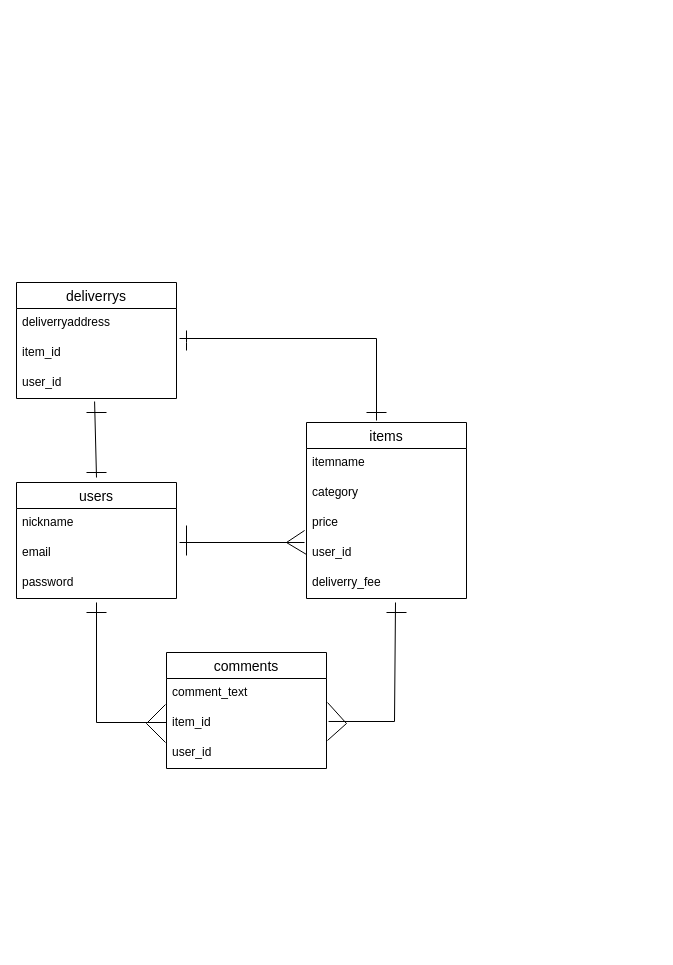
Earlier version of the draw.io diagram Furima.dio (stitch05/furima-31530). Source tidied: cells renumbered, new cells numbered last; positions are measured from the earlier drawing's top-left corner, leaving out a move shared by most shapes. Both pictures are drawn from the tidied source at 100%, with x=0, y=0 at pixel (16, 282).
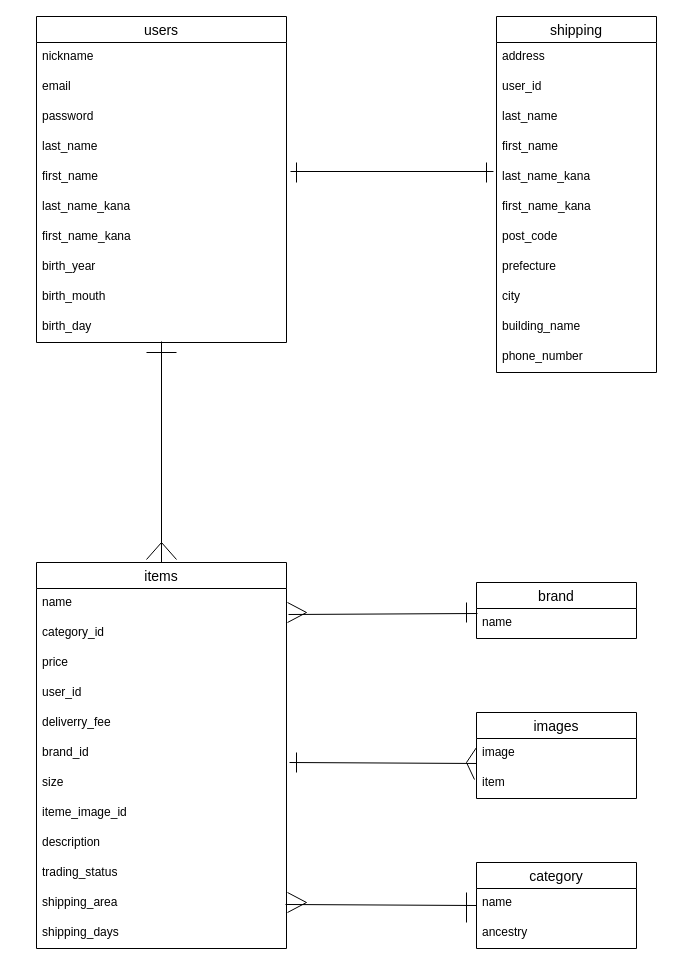
The same page after the edit.

The edit, as a diff of the source:
```diff
@@
     <mxCell id="2" value="users" style="swimlane;fontStyle=0;horizontal=1;startSize=26;align=center;fontSize=14;" parent="1" vertex="1">
-      <mxGeometry y="200" width="160" height="116" as="geometry" />
+      <mxGeometry x="20" y="-266" width="250" height="326" as="geometry" />
     </mxCell>
     <mxCell id="3" value="nickname" style="text;strokeColor=none;fillColor=none;spacingLeft=4;spacingRight=4;overflow=hidden;fontSize=12;" parent="2" vertex="1">
-      <mxGeometry y="26" width="160" height="30" as="geometry" />
+      <mxGeometry y="26" width="250" height="30" as="geometry" />
     </mxCell>
     <mxCell id="4" value="email" style="text;strokeColor=none;fillColor=none;spacingLeft=4;spacingRight=4;overflow=hidden;fontSize=12;" parent="2" vertex="1">
-      <mxGeometry y="56" width="160" height="30" as="geometry" />
+      <mxGeometry y="56" width="250" height="30" as="geometry" />
     </mxCell>
     <mxCell id="5" value="password" style="text;strokeColor=none;fillColor=none;spacingLeft=4;spacingRight=4;overflow=hidden;points=[[0,0.5],[1,0.5]];portConstraint=eastwest;fontSize=12;" parent="2" vertex="1">
-      <mxGeometry y="86" width="160" height="30" as="geometry" />
+      <mxGeometry y="86" width="250" height="30" as="geometry" />
     </mxCell>
+    <mxCell id="34" value="last_name&#10;" style="text;strokeColor=none;fillColor=none;spacingLeft=4;spacingRight=4;overflow=hidden;fontSize=12;" parent="2" vertex="1">
+      <mxGeometry y="116" width="250" height="30" as="geometry" />
+    </mxCell>
+    <mxCell id="35" value="first_name" style="text;strokeColor=none;fillColor=none;spacingLeft=4;spacingRight=4;overflow=hidden;points=[[0,0.5],[1,0.5]];portConstraint=eastwest;fontSize=12;" parent="2" vertex="1">
+      <mxGeometry y="146" width="250" height="30" as="geometry" />
+    </mxCell>
+    <mxCell id="36" value="last_name_kana" style="text;strokeColor=none;fillColor=none;spacingLeft=4;spacingRight=4;overflow=hidden;fontSize=12;" parent="2" vertex="1">
+      <mxGeometry y="176" width="250" height="30" as="geometry" />
+    </mxCell>
+    <mxCell id="37" value="first_name_kana&#10;" style="text;strokeColor=none;fillColor=none;spacingLeft=4;spacingRight=4;overflow=hidden;fontSize=12;" parent="2" vertex="1">
+      <mxGeometry y="206" width="250" height="30" as="geometry" />
+    </mxCell>
+    <mxCell id="38" value="birth_year" style="text;strokeColor=none;fillColor=none;spacingLeft=4;spacingRight=4;overflow=hidden;fontSize=12;" parent="2" vertex="1">
+      <mxGeometry y="236" width="250" height="30" as="geometry" />
+    </mxCell>
+    <mxCell id="39" value="birth_mouth" style="text;strokeColor=none;fillColor=none;spacingLeft=4;spacingRight=4;overflow=hidden;fontSize=12;" parent="2" vertex="1">
+      <mxGeometry y="266" width="250" height="30" as="geometry" />
+    </mxCell>
+    <mxCell id="40" value="birth_day&#10;" style="text;strokeColor=none;fillColor=none;spacingLeft=4;spacingRight=4;overflow=hidden;points=[[0,0.5],[1,0.5]];portConstraint=eastwest;fontSize=12;" parent="2" vertex="1">
+      <mxGeometry y="296" width="250" height="30" as="geometry" />
+    </mxCell>
     <mxCell id="6" value="items" style="swimlane;fontStyle=0;horizontal=1;startSize=26;align=center;fontSize=14;" parent="1" vertex="1">
-      <mxGeometry x="290" y="140" width="160" height="176" as="geometry" />
+      <mxGeometry x="20" y="280" width="250" height="386" as="geometry" />
     </mxCell>
-    <mxCell id="7" value="itemname" style="text;strokeColor=none;fillColor=none;spacingLeft=4;spacingRight=4;overflow=hidden;fontSize=12;" parent="6" vertex="1">
-      <mxGeometry y="26" width="160" height="30" as="geometry" />
+    <mxCell id="7" value="name" style="text;strokeColor=none;fillColor=none;spacingLeft=4;spacingRight=4;overflow=hidden;fontSize=12;" parent="6" vertex="1">
+      <mxGeometry y="26" width="250" height="30" as="geometry" />
     </mxCell>
-    <mxCell id="8" value="category" style="text;strokeColor=none;fillColor=none;spacingLeft=4;spacingRight=4;overflow=hidden;points=[[0,0.5],[1,0.5]];portConstraint=eastwest;fontSize=12;" parent="6" vertex="1">
-      <mxGeometry y="56" width="160" height="30" as="geometry" />
+    <mxCell id="8" value="category_id&#10;" style="text;strokeColor=none;fillColor=none;spacingLeft=4;spacingRight=4;overflow=hidden;points=[[0,0.5],[1,0.5]];portConstraint=eastwest;fontSize=12;" parent="6" vertex="1">
+      <mxGeometry y="56" width="250" height="30" as="geometry" />
     </mxCell>
-    <mxCell id="9" style="endArrow=none;html=1;rounded=0;exitX=-0.012;exitY=0.733;exitDx=0;exitDy=0;exitPerimeter=0;entryX=0;entryY=0.533;entryDx=0;entryDy=0;entryPerimeter=0;" parent="6" edge="1" source="10" target="11">
-      <mxGeometry relative="1" as="geometry">
-        <Array as="points">
-          <mxPoint x="-20" y="120" />
-        </Array>
-      </mxGeometry>
-    </mxCell>
     <mxCell id="10" value="price&#10;" style="text;strokeColor=none;fillColor=none;spacingLeft=4;spacingRight=4;overflow=hidden;points=[[0,0.5],[1,0.5]];portConstraint=eastwest;fontSize=12;" parent="6" vertex="1">
-      <mxGeometry y="86" width="160" height="30" as="geometry" />
+      <mxGeometry y="86" width="250" height="30" as="geometry" />
     </mxCell>
     <mxCell id="11" value="user_id&#10;" style="text;strokeColor=none;fillColor=none;spacingLeft=4;spacingRight=4;overflow=hidden;points=[[0,0.5],[1,0.5]];portConstraint=eastwest;fontSize=12;" parent="6" vertex="1">
-      <mxGeometry y="116" width="160" height="30" as="geometry" />
+      <mxGeometry y="116" width="250" height="30" as="geometry" />
     </mxCell>
     <mxCell id="12" value="deliverry_fee" style="text;strokeColor=none;fillColor=none;spacingLeft=4;spacingRight=4;overflow=hidden;fontSize=12;" parent="6" vertex="1">
-      <mxGeometry y="146" width="160" height="30" as="geometry" />
+      <mxGeometry y="146" width="250" height="30" as="geometry" />
     </mxCell>
-    <mxCell id="13" value="comments" style="swimlane;fontStyle=0;horizontal=1;startSize=26;align=center;fontSize=14;" parent="1" vertex="1">
-      <mxGeometry x="150" y="370" width="160" height="116" as="geometry" />
-    </mxCell>
-    <mxCell id="14" value="comment_text&#10;" style="text;strokeColor=none;fillColor=none;spacingLeft=4;spacingRight=4;overflow=hidden;fontSize=12;" parent="13" vertex="1">
-      <mxGeometry y="26" width="160" height="30" as="geometry" />
-    </mxCell>
-    <mxCell id="15" value="item_id&#10;" style="text;strokeColor=none;fillColor=none;spacingLeft=4;spacingRight=4;overflow=hidden;points=[[0,0.5],[1,0.5]];portConstraint=eastwest;fontSize=12;" parent="13" vertex="1">
-      <mxGeometry y="56" width="160" height="30" as="geometry" />
-    </mxCell>
-    <mxCell id="16" value="user_id&#10;" style="text;strokeColor=none;fillColor=none;spacingLeft=4;spacingRight=4;overflow=hidden;points=[[0,0.5],[1,0.5]];portConstraint=eastwest;fontSize=12;" parent="13" vertex="1">
-      <mxGeometry y="86" width="160" height="30" as="geometry" />
-    </mxCell>
-    <mxCell id="17" style="endArrow=none;html=1;rounded=0;entryX=1.006;entryY=0.067;entryDx=0;entryDy=0;entryPerimeter=0;" parent="13" edge="1" target="16">
-      <mxGeometry relative="1" as="geometry">
-        <mxPoint x="161" y="50" as="sourcePoint" />
-        <Array as="points">
-          <mxPoint x="180" y="71" />
-        </Array>
-      </mxGeometry>
-    </mxCell>
-    <mxCell id="18" style="endArrow=none;html=1;rounded=0;" parent="13" edge="1">
-      <mxGeometry relative="1" as="geometry">
-        <mxPoint x="-1" y="52" as="sourcePoint" />
-        <mxPoint x="-1" y="90" as="targetPoint" />
-        <Array as="points">
-          <mxPoint x="-20" y="71" />
-        </Array>
-      </mxGeometry>
-    </mxCell>
-    <mxCell id="19" style="endArrow=none;html=1;rounded=0;" parent="1" edge="1">
-      <mxGeometry relative="1" as="geometry">
-        <mxPoint x="163" y="260" as="sourcePoint" />
-        <mxPoint x="288" y="260" as="targetPoint" />
-      </mxGeometry>
-    </mxCell>
-    <mxCell id="20" style="endArrow=none;html=1;rounded=0;exitX=1.013;exitY=0.433;exitDx=0;exitDy=0;exitPerimeter=0;" parent="1" edge="1" source="15">
-      <mxGeometry relative="1" as="geometry">
-        <mxPoint x="379" y="320" as="targetPoint" />
-        <Array as="points">
-          <mxPoint x="378" y="439" />
-        </Array>
-      </mxGeometry>
-    </mxCell>
-    <mxCell id="21" style="endArrow=none;html=1;rounded=0;exitX=0;exitY=0.467;exitDx=0;exitDy=0;exitPerimeter=0;entryX=0.5;entryY=1.133;entryDx=0;entryDy=0;entryPerimeter=0;" parent="1" edge="1" source="15" target="5">
-      <mxGeometry relative="1" as="geometry">
-        <Array as="points">
-          <mxPoint x="80" y="440" />
-        </Array>
-      </mxGeometry>
-    </mxCell>
-    <mxCell id="22" style="endArrow=none;html=1;rounded=0;exitX=1.019;exitY=0;exitDx=0;exitDy=0;exitPerimeter=0;" parent="1" edge="1" source="30">
-      <mxGeometry relative="1" as="geometry">
-        <mxPoint x="360" y="138" as="targetPoint" />
-        <Array as="points">
-          <mxPoint x="360" y="56" />
-        </Array>
-      </mxGeometry>
-    </mxCell>
-    <mxCell id="23" style="endArrow=none;html=1;rounded=0;" parent="1" edge="1">
-      <mxGeometry relative="1" as="geometry">
-        <mxPoint x="170" y="243" as="sourcePoint" />
-        <mxPoint x="170" y="273" as="targetPoint" />
-      </mxGeometry>
-    </mxCell>
-    <mxCell id="24" style="endArrow=none;html=1;rounded=0;" parent="1" edge="1">
-      <mxGeometry relative="1" as="geometry">
-        <mxPoint x="370" y="330" as="sourcePoint" />
-        <mxPoint x="390" y="330" as="targetPoint" />
-      </mxGeometry>
-    </mxCell>
-    <mxCell id="25" style="endArrow=none;html=1;rounded=0;" parent="1" edge="1">
-      <mxGeometry relative="1" as="geometry">
-        <mxPoint x="70" y="330" as="sourcePoint" />
-        <mxPoint x="90" y="330" as="targetPoint" />
-      </mxGeometry>
-    </mxCell>
-    <mxCell id="26" style="endArrow=none;html=1;rounded=0;" parent="1" edge="1">
-      <mxGeometry relative="1" as="geometry">
-        <mxPoint x="170" y="48" as="sourcePoint" />
-        <mxPoint x="170" y="68" as="targetPoint" />
-        <Array as="points">
-          <mxPoint x="170" y="60" />
-        </Array>
-      </mxGeometry>
-    </mxCell>
-    <mxCell id="27" style="endArrow=none;html=1;rounded=0;" parent="1" edge="1">
-      <mxGeometry relative="1" as="geometry">
-        <mxPoint x="350" y="130" as="sourcePoint" />
-        <mxPoint x="370" y="130" as="targetPoint" />
-      </mxGeometry>
-    </mxCell>
+    <mxCell id="41" value="brand_id" style="text;strokeColor=none;fillColor=none;spacingLeft=4;spacingRight=4;overflow=hidden;points=[[0,0.5],[1,0.5]];portConstraint=eastwest;fontSize=12;" parent="6" vertex="1">
+      <mxGeometry y="176" width="250" height="30" as="geometry" />
+    </mxCell>
+    <mxCell id="42" value="size" style="text;strokeColor=none;fillColor=none;spacingLeft=4;spacingRight=4;overflow=hidden;fontSize=12;" parent="6" vertex="1">
+      <mxGeometry y="206" width="250" height="30" as="geometry" />
+    </mxCell>
+    <mxCell id="43" value="iteme_image_id&#10;&#10;" style="text;strokeColor=none;fillColor=none;spacingLeft=4;spacingRight=4;overflow=hidden;fontSize=12;" parent="6" vertex="1">
+      <mxGeometry y="236" width="250" height="30" as="geometry" />
+    </mxCell>
+    <mxCell id="44" value="description" style="text;strokeColor=none;fillColor=none;spacingLeft=4;spacingRight=4;overflow=hidden;fontSize=12;" parent="6" vertex="1">
+      <mxGeometry y="266" width="250" height="30" as="geometry" />
+    </mxCell>
+    <mxCell id="45" value="trading_status " style="text;strokeColor=none;fillColor=none;spacingLeft=4;spacingRight=4;overflow=hidden;fontSize=12;" parent="6" vertex="1">
+      <mxGeometry y="296" width="250" height="30" as="geometry" />
+    </mxCell>
+    <mxCell id="46" value="shipping_area" style="text;strokeColor=none;fillColor=none;spacingLeft=4;spacingRight=4;overflow=hidden;points=[[0,0.5],[1,0.5]];portConstraint=eastwest;fontSize=12;" parent="6" vertex="1">
+      <mxGeometry y="326" width="250" height="30" as="geometry" />
+    </mxCell>
+    <mxCell id="47" value="shipping_days" style="text;strokeColor=none;fillColor=none;spacingLeft=4;spacingRight=4;overflow=hidden;fontSize=12;" parent="6" vertex="1">
+      <mxGeometry y="356" width="250" height="30" as="geometry" />
+    </mxCell>
+    <mxCell id="48" style="endArrow=none;html=1;rounded=0;" parent="6" edge="1">
+      <mxGeometry relative="1" as="geometry">
+        <mxPoint x="251" y="40" as="sourcePoint" />
+        <mxPoint x="251" y="60" as="targetPoint" />
+        <Array as="points">
+          <mxPoint x="270" y="50" />
+        </Array>
+      </mxGeometry>
+    </mxCell>
+    <mxCell id="49" style="endArrow=none;html=1;rounded=0;" parent="6" edge="1">
+      <mxGeometry relative="1" as="geometry">
+        <mxPoint x="251" y="330" as="sourcePoint" />
+        <mxPoint x="251" y="350" as="targetPoint" />
+        <Array as="points">
+          <mxPoint x="270" y="340" />
+        </Array>
+      </mxGeometry>
+    </mxCell>
-    <mxCell id="28" value="deliverrys" style="swimlane;fontStyle=0;horizontal=1;startSize=26;align=center;fontSize=14;" parent="1" vertex="1">
-      <mxGeometry width="160" height="116" as="geometry" />
+    <mxCell id="28" value="shipping" style="swimlane;fontStyle=0;horizontal=1;startSize=26;align=center;fontSize=14;" parent="1" vertex="1">
+      <mxGeometry x="480" y="-266" width="160" height="356" as="geometry" />
     </mxCell>
-    <mxCell id="29" value="deliverryaddress" style="text;strokeColor=none;fillColor=none;spacingLeft=4;spacingRight=4;overflow=hidden;fontSize=12;" parent="28" vertex="1">
+    <mxCell id="29" value="address" style="text;strokeColor=none;fillColor=none;spacingLeft=4;spacingRight=4;overflow=hidden;fontSize=12;" parent="28" vertex="1">
       <mxGeometry y="26" width="160" height="30" as="geometry" />
     </mxCell>
-    <mxCell id="30" value="item_id" style="text;strokeColor=none;fillColor=none;spacingLeft=4;spacingRight=4;overflow=hidden;points=[[0,0.5],[1,0.5]];portConstraint=eastwest;fontSize=12;" parent="28" vertex="1">
-      <mxGeometry y="56" width="160" height="30" as="geometry" />
-    </mxCell>
     <mxCell id="31" value="user_id&#10;" style="text;strokeColor=none;fillColor=none;spacingLeft=4;spacingRight=4;overflow=hidden;points=[[0,0.5],[1,0.5]];portConstraint=eastwest;fontSize=12;" parent="28" vertex="1">
-      <mxGeometry y="86" width="160" height="30" as="geometry" />
+      <mxGeometry y="56" width="160" height="30" as="geometry" />
     </mxCell>
-    <mxCell id="32" style="endArrow=none;html=1;rounded=0;exitX=0.488;exitY=1.1;exitDx=0;exitDy=0;exitPerimeter=0;entryX=0.5;entryY=-0.043;entryDx=0;entryDy=0;entryPerimeter=0;" parent="1" edge="1" source="31" target="2">
-      <mxGeometry relative="1" as="geometry" />
-    </mxCell>
-    <mxCell id="33" style="endArrow=none;html=1;rounded=0;" parent="1" edge="1">
-      <mxGeometry relative="1" as="geometry">
-        <mxPoint x="70" y="130" as="sourcePoint" />
-        <mxPoint x="90" y="130" as="targetPoint" />
-      </mxGeometry>
-    </mxCell>
-    <mxCell id="34" style="endArrow=none;html=1;rounded=0;" parent="1" edge="1">
-      <mxGeometry relative="1" as="geometry">
-        <mxPoint x="70" y="190" as="sourcePoint" />
-        <mxPoint x="90" y="190" as="targetPoint" />
-      </mxGeometry>
-    </mxCell>
+    <mxCell id="50" value="last_name" style="text;strokeColor=none;fillColor=none;spacingLeft=4;spacingRight=4;overflow=hidden;fontSize=12;" parent="28" vertex="1">
+      <mxGeometry y="86" width="160" height="30" as="geometry" />
+    </mxCell>
+    <mxCell id="51" value="first_name&#10;" style="text;strokeColor=none;fillColor=none;spacingLeft=4;spacingRight=4;overflow=hidden;fontSize=12;" parent="28" vertex="1">
+      <mxGeometry y="116" width="160" height="30" as="geometry" />
+    </mxCell>
+    <mxCell id="52" value="last_name_kana" style="text;strokeColor=none;fillColor=none;spacingLeft=4;spacingRight=4;overflow=hidden;points=[[0,0.5],[1,0.5]];portConstraint=eastwest;fontSize=12;" parent="28" vertex="1">
+      <mxGeometry y="146" width="160" height="30" as="geometry" />
+    </mxCell>
+    <mxCell id="53" value="first_name_kana" style="text;strokeColor=none;fillColor=none;spacingLeft=4;spacingRight=4;overflow=hidden;fontSize=12;" parent="28" vertex="1">
+      <mxGeometry y="176" width="160" height="30" as="geometry" />
+    </mxCell>
+    <mxCell id="54" value="post_code" style="text;strokeColor=none;fillColor=none;spacingLeft=4;spacingRight=4;overflow=hidden;fontSize=12;" parent="28" vertex="1">
+      <mxGeometry y="206" width="160" height="30" as="geometry" />
+    </mxCell>
+    <mxCell id="55" value="prefecture " style="text;strokeColor=none;fillColor=none;spacingLeft=4;spacingRight=4;overflow=hidden;fontSize=12;" parent="28" vertex="1">
+      <mxGeometry y="236" width="160" height="30" as="geometry" />
+    </mxCell>
+    <mxCell id="56" value="city" style="text;strokeColor=none;fillColor=none;spacingLeft=4;spacingRight=4;overflow=hidden;fontSize=12;" parent="28" vertex="1">
+      <mxGeometry y="266" width="160" height="30" as="geometry" />
+    </mxCell>
+    <mxCell id="57" value="building_name" style="text;strokeColor=none;fillColor=none;spacingLeft=4;spacingRight=4;overflow=hidden;fontSize=12;" parent="28" vertex="1">
+      <mxGeometry y="296" width="160" height="30" as="geometry" />
+    </mxCell>
+    <mxCell id="58" value="phone_number" style="text;strokeColor=none;fillColor=none;spacingLeft=4;spacingRight=4;overflow=hidden;fontSize=12;" parent="28" vertex="1">
+      <mxGeometry y="326" width="160" height="30" as="geometry" />
+    </mxCell>
+    <mxCell id="59" value="category" style="swimlane;fontStyle=0;horizontal=1;startSize=26;align=center;fontSize=14;" parent="1" vertex="1">
+      <mxGeometry x="460" y="580" width="160" height="86" as="geometry" />
+    </mxCell>
+    <mxCell id="60" value="name" style="text;strokeColor=none;fillColor=none;spacingLeft=4;spacingRight=4;overflow=hidden;points=[[0,0.5],[1,0.5]];portConstraint=eastwest;fontSize=12;" parent="59" vertex="1">
+      <mxGeometry y="26" width="160" height="30" as="geometry" />
+    </mxCell>
+    <mxCell id="61" value=" ancestry" style="text;strokeColor=none;fillColor=none;spacingLeft=4;spacingRight=4;overflow=hidden;fontSize=12;" parent="59" vertex="1">
+      <mxGeometry y="56" width="160" height="30" as="geometry" />
+    </mxCell>
+    <mxCell id="62" value="brand" style="swimlane;fontStyle=0;horizontal=1;startSize=26;align=center;fontSize=14;" parent="1" vertex="1">
+      <mxGeometry x="460" y="300" width="160" height="56" as="geometry" />
+    </mxCell>
+    <mxCell id="63" value="name&#10;" style="text;strokeColor=none;fillColor=none;spacingLeft=4;spacingRight=4;overflow=hidden;points=[[0,0.5],[1,0.5]];portConstraint=eastwest;fontSize=12;" parent="62" vertex="1">
+      <mxGeometry y="26" width="160" height="30" as="geometry" />
+    </mxCell>
+    <mxCell id="64" value="images" style="swimlane;fontStyle=0;horizontal=1;startSize=26;align=center;fontSize=14;" parent="1" vertex="1">
+      <mxGeometry x="460" y="430" width="160" height="86" as="geometry" />
+    </mxCell>
+    <mxCell id="65" value="image" style="text;strokeColor=none;fillColor=none;spacingLeft=4;spacingRight=4;overflow=hidden;points=[[0,0.5],[1,0.5]];portConstraint=eastwest;fontSize=12;" parent="64" vertex="1">
+      <mxGeometry y="26" width="160" height="30" as="geometry" />
+    </mxCell>
+    <mxCell id="66" value="item&#10;" style="text;strokeColor=none;fillColor=none;spacingLeft=4;spacingRight=4;overflow=hidden;fontSize=12;" parent="64" vertex="1">
+      <mxGeometry y="56" width="160" height="30" as="geometry" />
+    </mxCell>
+    <mxCell id="67" style="endArrow=none;html=1;rounded=0;" parent="64" edge="1">
+      <mxGeometry relative="1" as="geometry">
+        <mxPoint y="35" as="sourcePoint" />
+        <mxPoint x="-2" y="67" as="targetPoint" />
+        <Array as="points">
+          <mxPoint x="-10" y="50" />
+        </Array>
+      </mxGeometry>
+    </mxCell>
+    <mxCell id="68" style="endArrow=none;html=1;rounded=0;exitX=0.5;exitY=0.967;exitDx=0;exitDy=0;exitPerimeter=0;" parent="1" edge="1" source="40">
+      <mxGeometry relative="1" as="geometry">
+        <mxPoint x="145" y="280" as="targetPoint" />
+      </mxGeometry>
+    </mxCell>
+    <mxCell id="69" style="endArrow=none;html=1;rounded=0;" parent="1" edge="1">
+      <mxGeometry relative="1" as="geometry">
+        <mxPoint x="130" y="70" as="sourcePoint" />
+        <mxPoint x="160" y="70" as="targetPoint" />
+      </mxGeometry>
+    </mxCell>
+    <mxCell id="70" style="endArrow=none;html=1;rounded=0;" parent="1" edge="1">
+      <mxGeometry relative="1" as="geometry">
+        <mxPoint x="130" y="277" as="sourcePoint" />
+        <mxPoint x="160" y="277" as="targetPoint" />
+        <Array as="points">
+          <mxPoint x="145" y="260" />
+        </Array>
+      </mxGeometry>
+    </mxCell>
+    <mxCell id="71" style="endArrow=none;html=1;rounded=0;entryX=0.006;entryY=0.167;entryDx=0;entryDy=0;entryPerimeter=0;exitX=1.008;exitY=-0.133;exitDx=0;exitDy=0;exitPerimeter=0;" parent="1" edge="1" source="8" target="63">
+      <mxGeometry relative="1" as="geometry" />
+    </mxCell>
+    <mxCell id="72" style="endArrow=none;html=1;rounded=0;exitX=1.012;exitY=0.8;exitDx=0;exitDy=0;exitPerimeter=0;entryX=0;entryY=0.833;entryDx=0;entryDy=0;entryPerimeter=0;" parent="1" edge="1" source="41" target="65">
+      <mxGeometry relative="1" as="geometry" />
+    </mxCell>
+    <mxCell id="73" style="endArrow=none;html=1;rounded=0;entryX=0;entryY=0.567;entryDx=0;entryDy=0;entryPerimeter=0;exitX=0.996;exitY=0.533;exitDx=0;exitDy=0;exitPerimeter=0;" parent="1" edge="1" source="46" target="60">
+      <mxGeometry relative="1" as="geometry" />
+    </mxCell>
+    <mxCell id="74" style="endArrow=none;html=1;rounded=0;" parent="1" edge="1">
+      <mxGeometry relative="1" as="geometry">
+        <mxPoint x="280" y="470" as="sourcePoint" />
+        <mxPoint x="280" y="490" as="targetPoint" />
+      </mxGeometry>
+    </mxCell>
+    <mxCell id="75" style="endArrow=none;html=1;rounded=0;" parent="1" edge="1">
+      <mxGeometry relative="1" as="geometry">
+        <mxPoint x="450" y="320" as="sourcePoint" />
+        <mxPoint x="450" y="340" as="targetPoint" />
+      </mxGeometry>
+    </mxCell>
+    <mxCell id="76" style="endArrow=none;html=1;rounded=0;" parent="1" edge="1">
+      <mxGeometry relative="1" as="geometry">
+        <mxPoint x="450" y="640" as="sourcePoint" />
+        <mxPoint x="450" y="610" as="targetPoint" />
+      </mxGeometry>
+    </mxCell>
+    <mxCell id="77" style="endArrow=none;html=1;rounded=0;exitX=1.016;exitY=0.3;exitDx=0;exitDy=0;exitPerimeter=0;entryX=-0.019;entryY=0.3;entryDx=0;entryDy=0;entryPerimeter=0;" parent="1" edge="1" source="35" target="52">
+      <mxGeometry relative="1" as="geometry" />
+    </mxCell>
+    <mxCell id="78" style="endArrow=none;html=1;rounded=0;" parent="1" edge="1">
+      <mxGeometry relative="1" as="geometry">
+        <mxPoint x="280" y="-120" as="sourcePoint" />
+        <mxPoint x="280" y="-100" as="targetPoint" />
+      </mxGeometry>
+    </mxCell>
+    <mxCell id="79" style="endArrow=none;html=1;rounded=0;" parent="1" edge="1">
+      <mxGeometry relative="1" as="geometry">
+        <mxPoint x="470" y="-120" as="sourcePoint" />
+        <mxPoint x="470" y="-100" as="targetPoint" />
+      </mxGeometry>
+    </mxCell>
```
